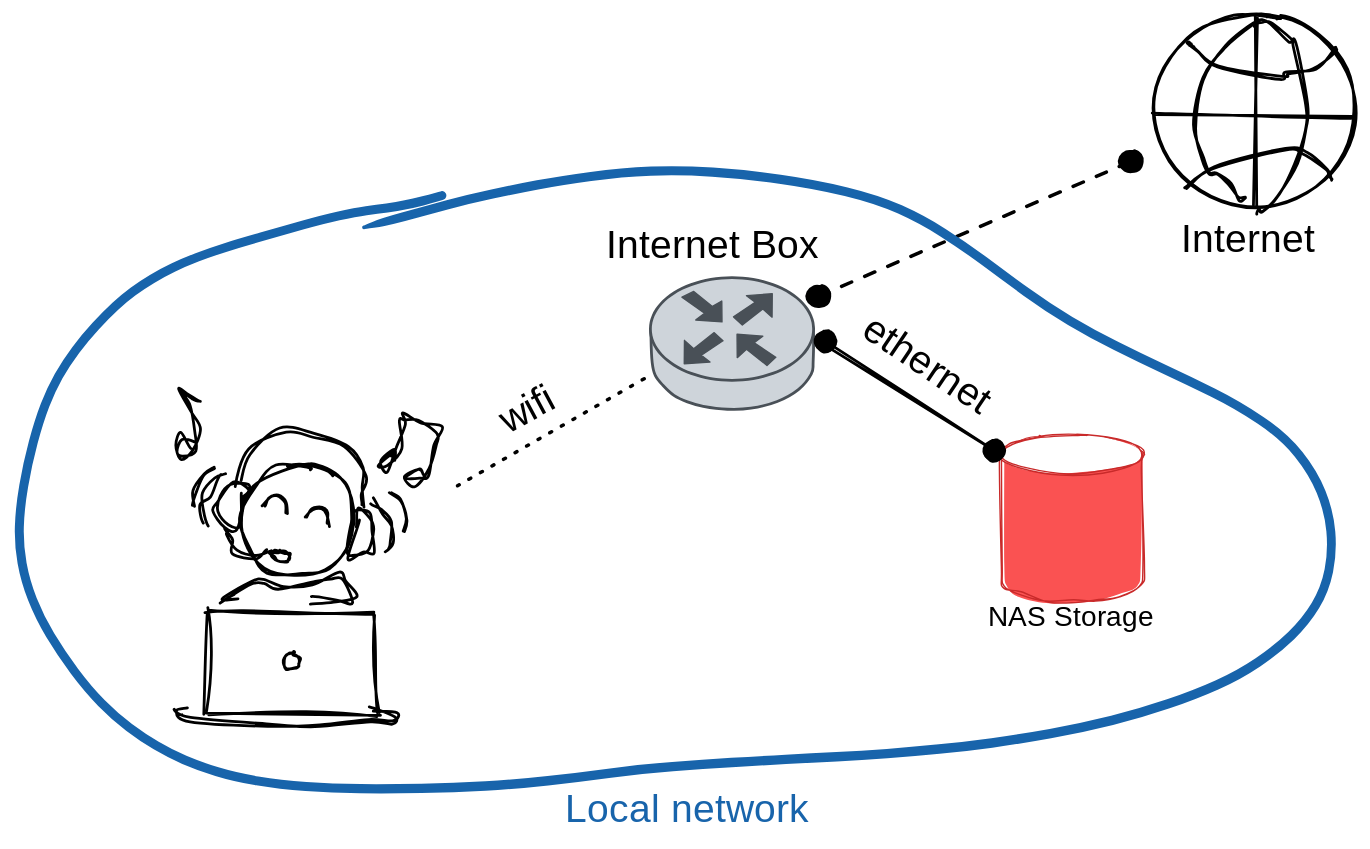
ue22-p25/backend keeps this Excalidraw diagram as notebooks/media/connection-local.excalidraw.svg. Above is the earlier version. Source tidied: one line per element, renumbered; positions are measured from the earlier drawing's top-left corner, leaving out a move shared by most shapes.
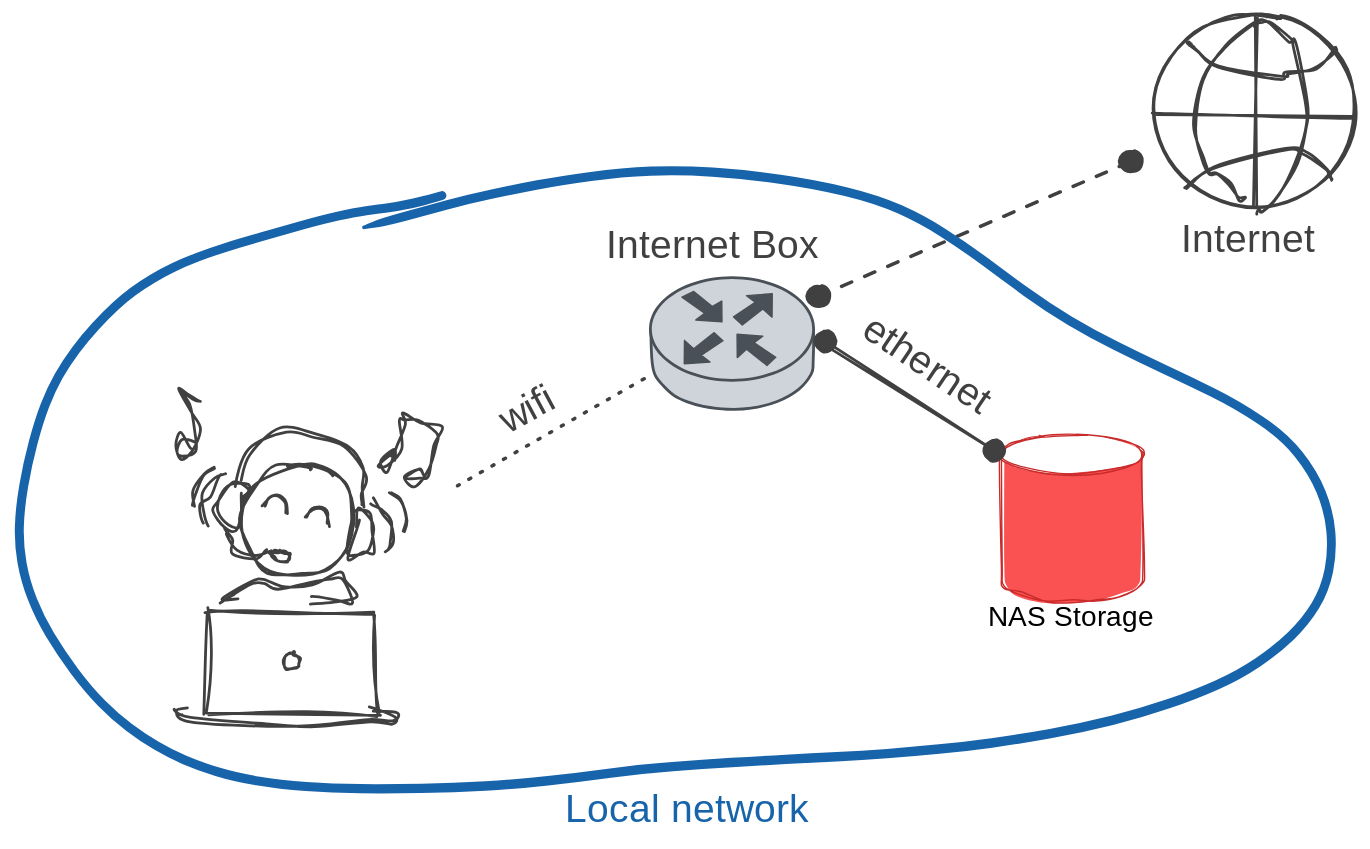
After the change.

What changed in the source:
```diff
@@ -1,21 +1,21 @@
-{"id": 0, "type": "ellipse", "strokeColor": "#000", "angle": 6.51, "strokeWidth": 2, "roughness": 2, "round": true, "x": 163, "y": 321, "width": 79, "height": 82}
+{"id": 0, "type": "ellipse", "strokeColor": "#404040", "angle": 6.51, "strokeWidth": 2, "roughness": 2, "round": true, "x": 163, "y": 321, "width": 79, "height": 82}
-{"id": 1, "type": "line", "strokeColor": "#000", "angle": 6.51, "strokeWidth": 2, "roughness": 2, "round": true, "x": 162, "y": 344, "width": 18, "height": 32, "points": [[0, 0], [0, -9], [-10, -8], [-18, 4], [-16, 16], [-7, 22], [0, 23], [0, 0]]}
+{"id": 1, "type": "line", "strokeColor": "#404040", "angle": 6.51, "strokeWidth": 2, "roughness": 2, "round": true, "x": 162, "y": 344, "width": 18, "height": 32, "points": [[0, 0], [0, -9], [-10, -8], [-18, 4], [-16, 16], [-7, 22], [0, 23], [0, 0]]}
-{"id": 2, "type": "line", "strokeColor": "#000", "angle": 6.51, "strokeWidth": 2, "roughness": 2, "round": true, "x": 241, "y": 366, "width": 18, "height": 32, "points": [[0, 0], [0, -9], [10, -8], [18, 4], [16, 16], [7, 22], [0, 23], [0, 0]]}
+{"id": 2, "type": "line", "strokeColor": "#404040", "angle": 6.51, "strokeWidth": 2, "roughness": 2, "round": true, "x": 241, "y": 366, "width": 18, "height": 32, "points": [[0, 0], [0, -9], [10, -8], [18, 4], [16, 16], [7, 22], [0, 23], [0, 0]]}
-{"id": 3, "type": "line", "strokeColor": "#000", "angle": 6.51, "strokeWidth": 2, "roughness": 2, "round": true, "x": 165, "y": 346, "width": 89, "height": 47, "points": [[0, 0], [2, -24], [22, -42], [45, -47], [69, -42], [83, -29], [88, -15], [89, -2]]}
+{"id": 3, "type": "line", "strokeColor": "#404040", "angle": 6.51, "strokeWidth": 2, "roughness": 2, "round": true, "x": 165, "y": 346, "width": 89, "height": 47, "points": [[0, 0], [2, -24], [22, -42], [45, -47], [69, -42], [83, -29], [88, -15], [89, -2]]}
-{"id": 4, "type": "line", "strokeColor": "#000", "angle": 6.51, "strokeWidth": 2, "roughness": 2, "round": true, "x": 151, "y": 370, "width": 34, "height": 16, "points": [[0, 0], [3, 8], [11, 14], [23, 16], [34, 11]]}
+{"id": 4, "type": "line", "strokeColor": "#404040", "angle": 6.51, "strokeWidth": 2, "roughness": 2, "round": true, "x": 151, "y": 370, "width": 34, "height": 16, "points": [[0, 0], [3, 8], [11, 14], [23, 16], [34, 11]]}
-{"id": 5, "type": "ellipse", "strokeColor": "#000", "angle": 6.51, "strokeWidth": 2, "roughness": 2, "round": true, "x": 183, "y": 384, "width": 14, "height": 7}
+{"id": 5, "type": "ellipse", "strokeColor": "#404040", "angle": 6.51, "strokeWidth": 2, "roughness": 2, "round": true, "x": 183, "y": 384, "width": 14, "height": 7}
-{"id": 6, "type": "line", "strokeColor": "#000", "angle": 0.52, "strokeWidth": 2, "roughness": 2, "round": true, "x": 180, "y": 357, "width": 17, "height": 11, "points": [[0, 0], [1, -8], [6, -11], [14, -10], [17, -4]]}
+{"id": 6, "type": "line", "strokeColor": "#404040", "angle": 0.52, "strokeWidth": 2, "roughness": 2, "round": true, "x": 180, "y": 357, "width": 17, "height": 11, "points": [[0, 0], [1, -8], [6, -11], [14, -10], [17, -4]]}
-{"id": 7, "type": "rectangle", "strokeColor": "#000", "strokeWidth": 2, "roughness": 2, "x": 137, "y": 427, "width": 121, "height": 73}
+{"id": 7, "type": "rectangle", "strokeColor": "#404040", "strokeWidth": 2, "roughness": 2, "x": 137, "y": 427, "width": 121, "height": 73}
-{"id": 8, "type": "ellipse", "strokeColor": "#000", "strokeWidth": 2, "roughness": 2, "x": 193, "y": 457, "width": 12, "height": 12}
+{"id": 8, "type": "ellipse", "strokeColor": "#404040", "strokeWidth": 2, "roughness": 2, "x": 193, "y": 457, "width": 12, "height": 12}
-{"id": 9, "type": "line", "strokeColor": "#000", "angle": 6.33, "strokeWidth": 2, "roughness": 2, "round": true, "x": 225, "y": 364, "width": 17, "height": 11, "points": [[0, 0], [-1, -8], [-5, -11], [-13, -10], [-17, -4]]}
+{"id": 9, "type": "line", "strokeColor": "#404040", "angle": 6.33, "strokeWidth": 2, "roughness": 2, "round": true, "x": 225, "y": 364, "width": 17, "height": 11, "points": [[0, 0], [-1, -8], [-5, -11], [-13, -10], [-17, -4]]}
-{"id": 10, "type": "line", "strokeColor": "#000", "strokeWidth": 2, "roughness": 2, "round": true, "x": 256, "y": 499, "width": 159, "height": 11, "points": [[0, 0], [17, 1], [14, 7], [-5, 7], [-37, 8], [-74, 8], [-128, 7], [-142, 0], [-132, -3]]}
+{"id": 10, "type": "line", "strokeColor": "#404040", "strokeWidth": 2, "roughness": 2, "round": true, "x": 256, "y": 499, "width": 159, "height": 11, "points": [[0, 0], [17, 1], [14, 7], [-5, 7], [-37, 8], [-74, 8], [-128, 7], [-142, 0], [-132, -3]]}
-{"id": 11, "type": "line", "strokeColor": "#000", "strokeWidth": 2, "roughness": 2, "round": true, "x": 159, "y": 419, "width": 97, "height": 21, "points": [[0, 0], [-12, 0], [8, -11], [19, -16], [34, -12], [57, -11], [72, -19], [78, -13], [85, -1], [69, 2], [53, 1]]}
+{"id": 11, "type": "line", "strokeColor": "#404040", "strokeWidth": 2, "roughness": 2, "round": true, "x": 159, "y": 419, "width": 97, "height": 21, "points": [[0, 0], [-12, 0], [8, -11], [19, -16], [34, -12], [57, -11], [72, -19], [78, -13], [85, -1], [69, 2], [53, 1]]}
-{"id": 12, "type": "line", "strokeColor": "#000", "strokeWidth": 2, "roughness": 2, "round": true, "x": 270, "y": 320, "width": 44, "height": 48, "points": [[0, 0], [-1, -7], [-8, -1], [-3, 5], [5, -10], [7, -26], [7, -34], [19, -26], [35, -24], [30, -13], [27, 8], [20, 14], [12, 9], [18, 4], [25, 8]]}
+{"id": 12, "type": "line", "strokeColor": "#404040", "strokeWidth": 2, "roughness": 2, "round": true, "x": 270, "y": 320, "width": 44, "height": 48, "points": [[0, 0], [-1, -7], [-8, -1], [-3, 5], [5, -10], [7, -26], [7, -34], [19, -26], [35, -24], [30, -13], [27, 8], [20, 14], [12, 9], [18, 4], [25, 8]]}
-{"id": 13, "type": "line", "strokeColor": "#000", "angle": 0.27, "strokeWidth": 2, "roughness": 2, "round": true, "x": 131, "y": 306, "width": 20, "height": 44, "points": [[0, 0], [-8, -2], [-9, 6], [-2, 10], [2, 5], [-1, -8], [-10, -25], [-18, -34], [-8, -33], [-3, -33]]}
+{"id": 13, "type": "line", "strokeColor": "#404040", "angle": 0.27, "strokeWidth": 2, "roughness": 2, "round": true, "x": 131, "y": 306, "width": 20, "height": 44, "points": [[0, 0], [-8, -2], [-9, 6], [-2, 10], [2, 5], [-1, -8], [-10, -25], [-18, -34], [-8, -33], [-3, -33]]}
-{"id": 14, "type": "line", "strokeColor": "#000", "strokeWidth": 2, "roughness": 2, "round": true, "x": 139, "y": 365, "width": 15, "height": 36, "points": [[0, 0], [-3, -13], [-2, -23], [3, -33], [12, -36]]}
+{"id": 14, "type": "line", "strokeColor": "#404040", "strokeWidth": 2, "roughness": 2, "round": true, "x": 139, "y": 365, "width": 15, "height": 36, "points": [[0, 0], [-3, -13], [-2, -23], [3, -33], [12, -36]]}
-{"id": 15, "type": "line", "strokeColor": "#000", "strokeWidth": 2, "roughness": 2, "round": true, "x": 129, "y": 351, "width": 14, "height": 27, "points": [[0, 0], [0, -10], [6, -22], [14, -27]]}
+{"id": 15, "type": "line", "strokeColor": "#404040", "strokeWidth": 2, "roughness": 2, "round": true, "x": 129, "y": 351, "width": 14, "height": 27, "points": [[0, 0], [0, -10], [6, -22], [14, -27]]}
-{"id": 16, "type": "line", "strokeColor": "#000", "angle": 2.54, "strokeWidth": 2, "roughness": 2, "round": true, "x": 257, "y": 382, "width": 15, "height": 36, "points": [[0, 0], [-3, -13], [-2, -23], [3, -33], [12, -36]]}
+{"id": 16, "type": "line", "strokeColor": "#404040", "angle": 2.54, "strokeWidth": 2, "roughness": 2, "round": true, "x": 257, "y": 382, "width": 15, "height": 36, "points": [[0, 0], [-3, -13], [-2, -23], [3, -33], [12, -36]]}
-{"id": 17, "type": "line", "strokeColor": "#000", "angle": 2.32, "strokeWidth": 2, "roughness": 2, "round": true, "x": 267, "y": 369, "width": 14, "height": 27, "points": [[0, 0], [0, -10], [6, -22], [14, -27]]}
+{"id": 17, "type": "line", "strokeColor": "#404040", "angle": 2.32, "strokeWidth": 2, "roughness": 2, "round": true, "x": 267, "y": 369, "width": 14, "height": 27, "points": [[0, 0], [0, -10], [6, -22], [14, -27]]}
 {"id": 18, "type": "line", "strokeColor": "#c92a2a", "backgroundColor": "#fa5252", "fillStyle": "solid", "strokeWidth": 1, "roughness": 1, "round": true, "x": 705, "y": 313, "width": 101, "height": 118, "points": [[0, 0], [0, 81], [2, 96], [14, 101], [32, 106], [52, 107], [68, 106], [84, 103], [100, 95], [101, 81], [101, 11], [100, 0], [88, -6], [73, -10], [55, -11], [43, -11], [18, -9], [0, 0]]}
 {"id": 19, "type": "ellipse", "strokeColor": "#c92a2a", "backgroundColor": "#ffffff", "fillStyle": "solid", "strokeWidth": 1, "roughness": 1, "x": 705, "y": 301, "width": 101, "height": 28}
 {"id": 20, "type": "text", "text": "NAS Storage", "strokeColor": "#000000", "backgroundColor": "#228be6", "fillStyle": "hachure", "strokeWidth": 2, "roughness": 1, "fontSize": 20, "fontFamily": 1, "textAlign": "center", "x": 693, "y": 420, "width": 126, "height": 24}
@@ -25,19 +25,19 @@
 {"id": 24, "type": "line", "strokeColor": "#495057", "backgroundColor": "#495057", "fillStyle": "solid", "strokeWidth": 1, "roughness": 0, "x": 538, "y": 251, "width": 28, "height": 22, "points": [[0, 0], [-15, -11], [-21, -6], [-21, -22], [-3, -21], [-9, -16], [6, -6], [0, 0]]}
 {"id": 25, "type": "line", "strokeColor": "#495057", "angle": 3.14, "backgroundColor": "#495057", "fillStyle": "solid", "strokeWidth": 1, "roughness": 0, "x": 485, "y": 250, "width": 28, "height": 22, "points": [[0, 0], [15, -11], [21, -6], [21, -22], [3, -21], [9, -16], [-6, -6], [0, 0]]}
 {"id": 26, "type": "line", "strokeColor": "#495057", "backgroundColor": "#495057", "fillStyle": "solid", "strokeWidth": 1, "roughness": 0, "x": 520, "y": 222, "width": 28, "height": 22, "points": [[0, 0], [15, -11], [21, -6], [21, -22], [3, -21], [9, -16], [-6, -6], [0, 0]]}
-{"id": 27, "type": "arrow", "strokeColor": "#000000", "strokeWidth": 2, "roughness": 1, "startArrowhead": "dot", "endArrowhead": "dot", "round": true, "from": 30, "to": 19, "x": 579, "y": 234, "width": 120, "height": 77, "points": [[0, 0], [120, 77]]}
+{"id": 27, "type": "arrow", "strokeColor": "#404040", "strokeWidth": 2, "roughness": 1, "startArrowhead": "dot", "endArrowhead": "dot", "round": true, "from": 30, "to": 19, "x": 579, "y": 234, "width": 120, "height": 77, "points": [[0, 0], [120, 77]]}
-{"id": 28, "type": "line", "strokeColor": "#000000", "strokeWidth": 2, "strokeStyle": "dotted", "roughness": 1, "round": true, "x": 318, "y": 337, "width": 135, "height": 79, "points": [[0, 0], [135, -79]]}
+{"id": 28, "type": "line", "strokeColor": "#404040", "strokeWidth": 2, "strokeStyle": "dotted", "roughness": 1, "round": true, "x": 318, "y": 337, "width": 135, "height": 79, "points": [[0, 0], [135, -79]]}
-{"id": 29, "type": "text", "text": "Internet Box", "strokeColor": "#000000", "strokeWidth": 2, "strokeStyle": "dotted", "roughness": 1, "fontSize": 28, "fontFamily": 1, "x": 423, "y": 150, "width": 181, "height": 34}
+{"id": 29, "type": "text", "text": "Internet Box", "strokeColor": "#404040", "strokeWidth": 2, "strokeStyle": "dotted", "roughness": 1, "fontSize": 28, "fontFamily": 1, "x": 423, "y": 150, "width": 181, "height": 34}
-{"id": 30, "type": "text", "text": "ethernet", "strokeColor": "#000000", "angle": 0.59, "strokeWidth": 2, "strokeStyle": "dotted", "roughness": 1, "fontSize": 28, "fontFamily": 1, "x": 598, "y": 239, "width": 117, "height": 34}
+{"id": 30, "type": "text", "text": "ethernet", "strokeColor": "#404040", "angle": 0.59, "strokeWidth": 2, "strokeStyle": "dotted", "roughness": 1, "fontSize": 28, "fontFamily": 1, "x": 598, "y": 239, "width": 117, "height": 34}
-{"id": 31, "type": "text", "text": "wifi", "strokeColor": "#000000", "angle": 5.79, "strokeWidth": 2, "strokeStyle": "dotted", "roughness": 1, "fontSize": 28, "fontFamily": 1, "x": 347, "y": 267, "width": 43, "height": 34}
+{"id": 31, "type": "text", "text": "wifi", "strokeColor": "#404040", "angle": 5.79, "strokeWidth": 2, "strokeStyle": "dotted", "roughness": 1, "fontSize": 28, "fontFamily": 1, "x": 347, "y": 267, "width": 43, "height": 34}
-{"id": 32, "type": "ellipse", "strokeColor": "#000000", "strokeWidth": 2, "roughness": 1, "x": 815, "y": 0, "width": 144, "height": 138}
+{"id": 32, "type": "ellipse", "strokeColor": "#404040", "strokeWidth": 2, "roughness": 1, "x": 815, "y": 0, "width": 144, "height": 138}
-{"id": 33, "type": "line", "strokeColor": "#000000", "strokeWidth": 2, "roughness": 1, "round": true, "x": 889, "y": 3, "width": 2, "height": 134, "points": [[0, 0], [-2, 134]]}
+{"id": 33, "type": "line", "strokeColor": "#404040", "strokeWidth": 2, "roughness": 1, "round": true, "x": 889, "y": 3, "width": 2, "height": 134, "points": [[0, 0], [-2, 134]]}
-{"id": 34, "type": "line", "strokeColor": "#000000", "strokeWidth": 2, "roughness": 1, "round": true, "x": 842, "y": 23, "width": 106, "height": 25, "points": [[0, 0], [-2, -1], [-2, -2], [2, 4], [18, 14], [63, 23], [68, 20], [87, 15], [102, 4], [102, 1], [103, 1], [102, 5]]}
+{"id": 34, "type": "line", "strokeColor": "#404040", "strokeWidth": 2, "roughness": 1, "round": true, "x": 842, "y": 23, "width": 106, "height": 25, "points": [[0, 0], [-2, -1], [-2, -2], [2, 4], [18, 14], [63, 23], [68, 20], [87, 15], [102, 4], [102, 1], [103, 1], [102, 5]]}
-{"id": 35, "type": "line", "strokeColor": "#000000", "strokeWidth": 2, "roughness": 1, "round": true, "x": 837, "y": 124, "width": 105, "height": 27, "points": [[0, 0], [20, -14], [70, -27], [86, -25], [100, -12], [102, -7], [105, -6]]}
+{"id": 35, "type": "line", "strokeColor": "#404040", "strokeWidth": 2, "roughness": 1, "round": true, "x": 837, "y": 124, "width": 105, "height": 27, "points": [[0, 0], [20, -14], [70, -27], [86, -25], [100, -12], [102, -7], [105, -6]]}
-{"id": 36, "type": "line", "strokeColor": "#000000", "strokeWidth": 2, "roughness": 1, "round": true, "x": 815, "y": 72, "width": 140, "height": 1, "points": [[0, 0], [140, 1]]}
+{"id": 36, "type": "line", "strokeColor": "#404040", "strokeWidth": 2, "roughness": 1, "round": true, "x": 815, "y": 72, "width": 140, "height": 1, "points": [[0, 0], [140, 1]]}
-{"id": 37, "type": "line", "strokeColor": "#000000", "strokeWidth": 2, "roughness": 1, "round": true, "x": 887, "y": 7, "width": 36, "height": 136, "points": [[0, 0], [4, -1], [10, 0], [25, 12], [27, 15], [36, 57], [36, 76], [29, 100], [17, 122], [6, 134], [2, 133], [2, 134]]}
+{"id": 37, "type": "line", "strokeColor": "#404040", "strokeWidth": 2, "roughness": 1, "round": true, "x": 887, "y": 7, "width": 36, "height": 136, "points": [[0, 0], [4, -1], [10, 0], [25, 12], [27, 15], [36, 57], [36, 76], [29, 100], [17, 122], [6, 134], [2, 133], [2, 134]]}
-{"id": 38, "type": "line", "strokeColor": "#000000", "strokeWidth": 2, "roughness": 1, "round": true, "x": 886, "y": 9, "width": 42, "height": 125, "points": [[0, 0], [-1, -2], [-21, 13], [-36, 37], [-42, 71], [-37, 94], [-31, 105], [-26, 106], [-17, 113], [-11, 122], [-6, 122]]}
+{"id": 38, "type": "line", "strokeColor": "#404040", "strokeWidth": 2, "roughness": 1, "round": true, "x": 886, "y": 9, "width": 42, "height": 125, "points": [[0, 0], [-1, -2], [-21, 13], [-36, 37], [-42, 71], [-37, 94], [-31, 105], [-26, 106], [-17, 113], [-11, 122], [-6, 122]]}
-{"id": 39, "type": "arrow", "strokeColor": "#000000", "strokeWidth": 2, "strokeStyle": "dashed", "roughness": 1, "startArrowhead": "dot", "endArrowhead": "dot", "round": true, "from": 30, "to": 40, "x": 574, "y": 202, "width": 223, "height": 97, "points": [[0, 0], [223, -97]]}
+{"id": 39, "type": "arrow", "strokeColor": "#404040", "strokeWidth": 2, "strokeStyle": "dashed", "roughness": 1, "startArrowhead": "dot", "endArrowhead": "dot", "round": true, "from": 30, "to": 40, "x": 574, "y": 202, "width": 223, "height": 97, "points": [[0, 0], [223, -97]]}
-{"id": 40, "type": "text", "text": "Internet", "strokeColor": "#000000", "strokeWidth": 2, "strokeStyle": "dotted", "roughness": 1, "fontSize": 28, "fontFamily": 1, "x": 834, "y": 146, "width": 116, "height": 34}
+{"id": 40, "type": "text", "text": "Internet", "strokeColor": "#404040", "strokeWidth": 2, "strokeStyle": "dotted", "roughness": 1, "fontSize": 28, "fontFamily": 1, "x": 834, "y": 146, "width": 116, "height": 34}
 {"id": 41, "type": "freedraw", "strokeColor": "#1864ab", "strokeWidth": 1, "strokeStyle": "dashed", "roughness": 1, "round": true, "x": 306, "y": 132, "width": 947, "height": 446, "points": [[0, -3], [-28, 5], [-73, 11], [-165, 37], [-211, 58], [-250, 91], [-287, 150], [-306, 245], [-280, 318], [-219, 385], [-158, 412], [-51, 423], [87, 416], [219, 401], [326, 396], [439, 382], [567, 344], [633, 287], [632, 202], [544, 130], [440, 84], [351, 17], [234, -19], [97, -18], [-4, 5], [-65, 23]]}
 {"id": 42, "type": "text", "text": "Local network ", "strokeColor": "#1864ab", "strokeWidth": 1, "strokeStyle": "dashed", "roughness": 1, "fontSize": 28, "fontFamily": 1, "x": 394, "y": 553, "width": 203, "height": 34}
```
